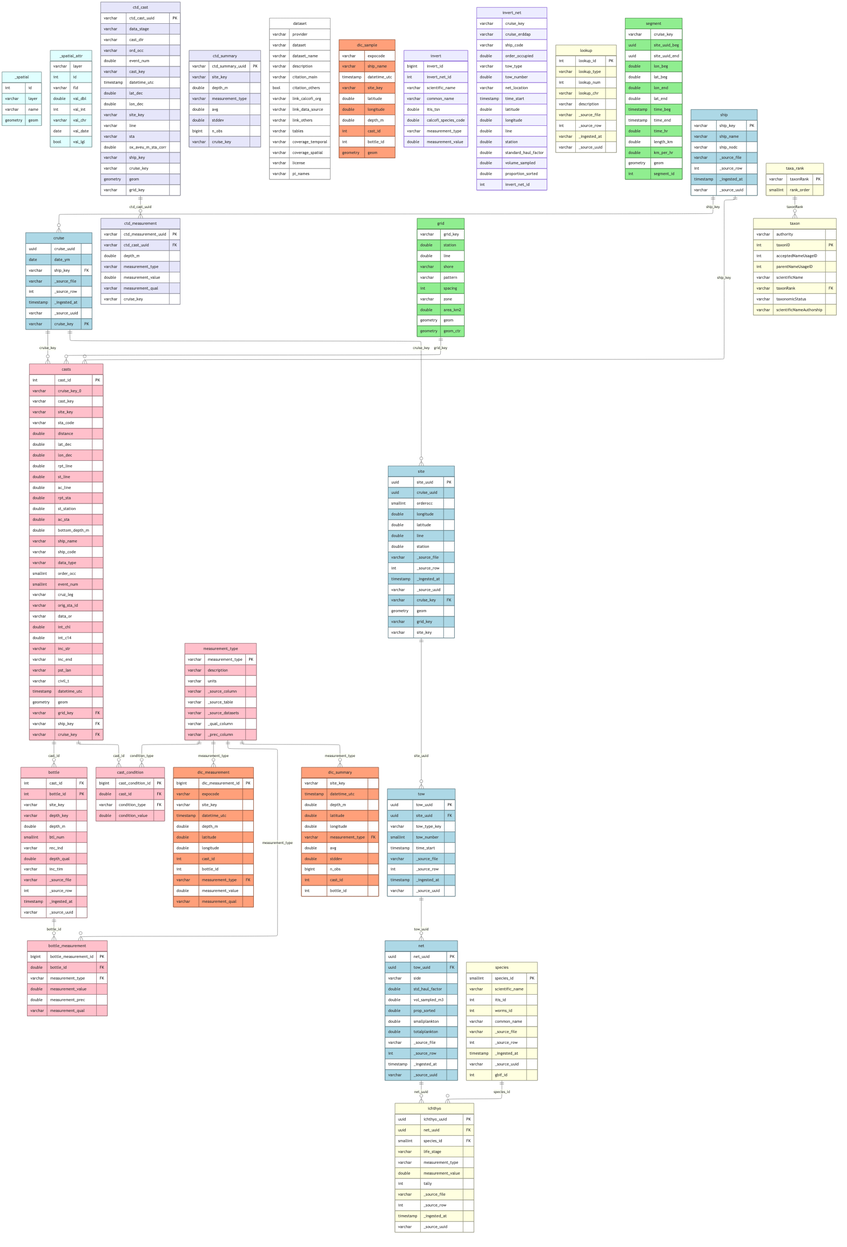
Earlier version of the Mermaid export _output/release_database_files/figure-html/combined_schema-1.png (CalCOFI/workflows). Its source is kept beside it as _output/release_database_files/figure-html/combined_schema-1.mmd.
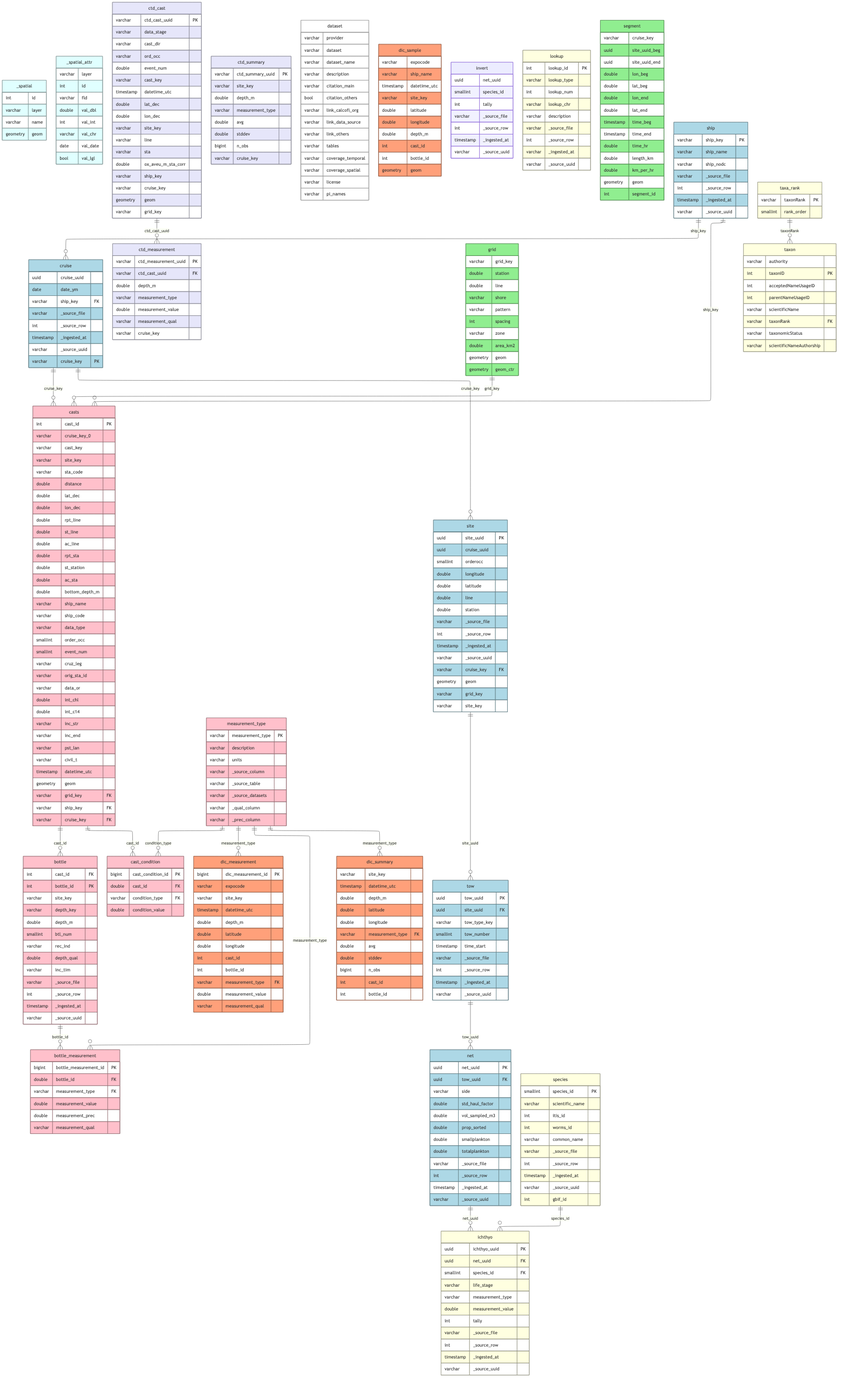
After the commit.

What changed in the source:
```diff
@@ -213,32 +213,13 @@
         varchar _source_uuid
     }
     invert {
-        bigint invert_id
-        int invert_net_id
-        varchar scientific_name
-        varchar common_name
-        double itis_tsn
-        double calcofi_species_code
-        varchar measurement_type
-        double measurement_value
-    }
-    invert_net {
-        varchar cruise_key
-        varchar cruise_erddap
-        varchar ship_code
-        double order_occupied
-        varchar tow_type
-        double tow_number
-        varchar net_location
-        timestamp time_start
-        double latitude
-        double longitude
-        double line
-        double station
-        double standard_haul_factor
-        double volume_sampled
-        double proportion_sorted
-        int invert_net_id
+        uuid net_uuid
+        smallint species_id
+        int tally
+        varchar _source_file
+        int _source_row
+        timestamp _ingested_at
+        varchar _source_uuid
     }
     lookup {
         int lookup_id PK
```
